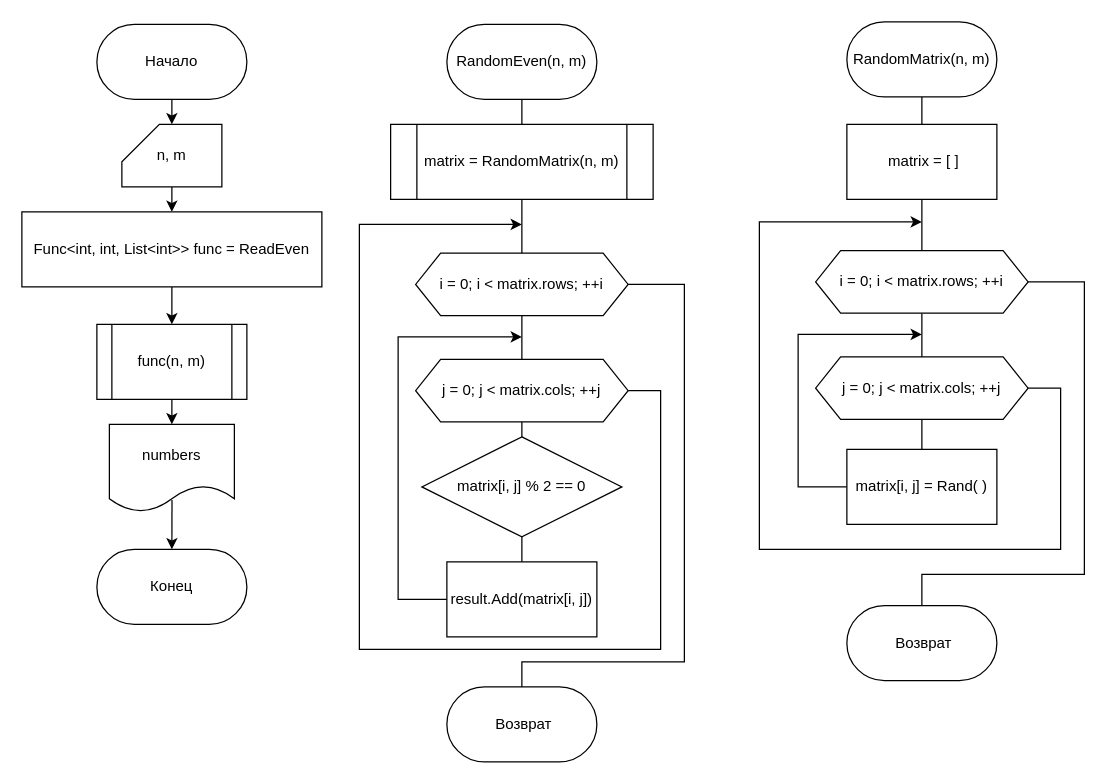
The draw.io diagram schemas/lab6.drawio in reddiridabl666/ICS6-C-Sharp, before the edit. Source tidied: cells renumbered, new cells numbered last; positions are measured from the earlier drawing's top-left corner, leaving out a move shared by most shapes. Both pictures are drawn from the tidied source at 125%, with x=0, y=0 at pixel (21, 21).
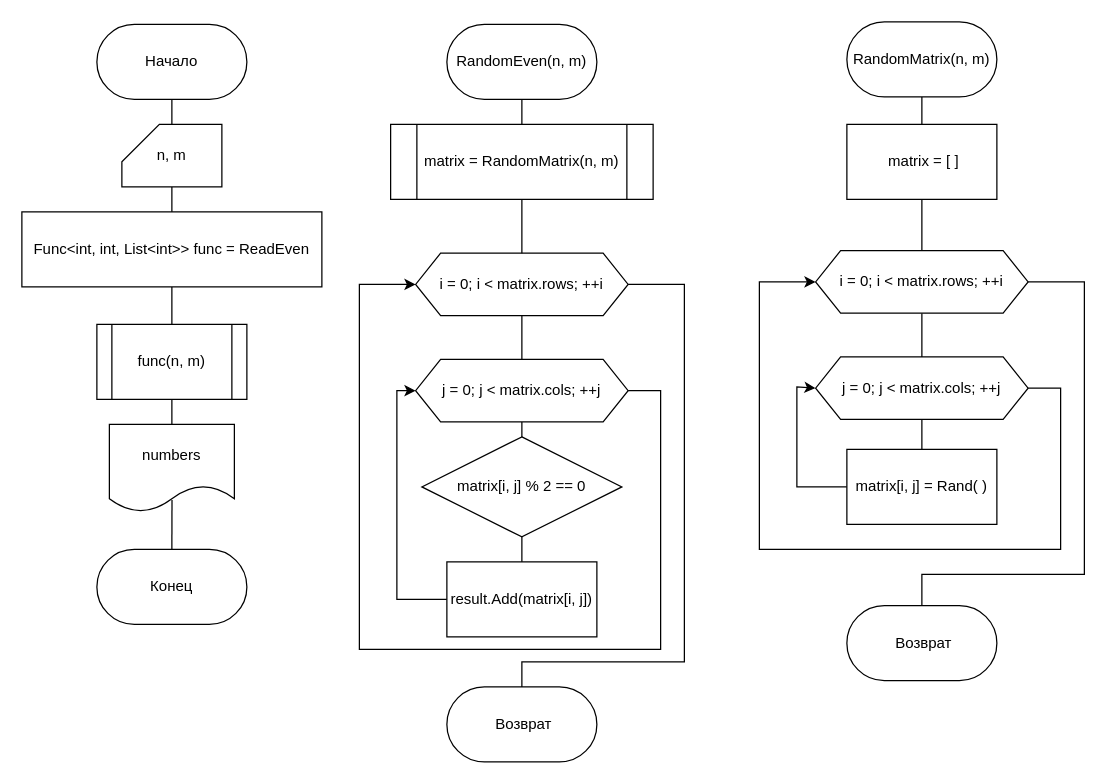
Above is the later version.

Unchanged cells that the change refers to:
```xml
<mxCell id="2" value="Начало" style="rounded=1;whiteSpace=wrap;html=1;arcSize=50;" parent="1" vertex="1">
  <mxGeometry x="60" y="2" width="120" height="60" as="geometry" />
</mxCell>
<mxCell id="3" value="Конец" style="rounded=1;whiteSpace=wrap;html=1;arcSize=50;" parent="1" vertex="1">
  <mxGeometry x="60" y="422" width="120" height="60" as="geometry" />
</mxCell>
<mxCell id="5" value="n, m" style="shape=card;whiteSpace=wrap;html=1;" parent="1" vertex="1">
  <mxGeometry x="80" y="82" width="80" height="50" as="geometry" />
</mxCell>
<mxCell id="7" value="numbers" style="shape=document;whiteSpace=wrap;html=1;boundedLbl=1;" parent="1" vertex="1">
  <mxGeometry x="70" y="322" width="100" height="70" as="geometry" />
</mxCell>
<mxCell id="9" value="Func&amp;lt;int, int, List&amp;lt;int&amp;gt;&amp;gt; func = ReadEven" style="rounded=0;whiteSpace=wrap;html=1;" parent="1" vertex="1">
  <mxGeometry y="152" width="240" height="60" as="geometry" />
</mxCell>
<mxCell id="11" value="func(n, m)" style="shape=process;whiteSpace=wrap;html=1;backgroundOutline=1;" parent="1" vertex="1">
  <mxGeometry x="60" y="242" width="120" height="60" as="geometry" />
</mxCell>
<mxCell id="14" value="i = 0; i &amp;lt; matrix.rows; ++i" style="shape=hexagon;perimeter=hexagonPerimeter2;whiteSpace=wrap;html=1;fixedSize=1;" parent="1" vertex="1">
  <mxGeometry x="315" y="185" width="170" height="50" as="geometry" />
</mxCell>
<mxCell id="17" value="j = 0; j &amp;lt; matrix.cols; ++j" style="shape=hexagon;perimeter=hexagonPerimeter2;whiteSpace=wrap;html=1;fixedSize=1;" parent="1" vertex="1">
  <mxGeometry x="315" y="270" width="170" height="50" as="geometry" />
</mxCell>
<mxCell id="21" value="result.Add(matrix[i, j])" style="rounded=0;whiteSpace=wrap;html=1;" parent="1" vertex="1">
  <mxGeometry x="340" y="432" width="120" height="60" as="geometry" />
</mxCell>
<mxCell id="30" value="i = 0; i &amp;lt; matrix.rows; ++i" style="shape=hexagon;perimeter=hexagonPerimeter2;whiteSpace=wrap;html=1;fixedSize=1;" parent="1" vertex="1">
  <mxGeometry x="635" y="183" width="170" height="50" as="geometry" />
</mxCell>
<mxCell id="33" value="j = 0; j &amp;lt; matrix.cols; ++j" style="shape=hexagon;perimeter=hexagonPerimeter2;whiteSpace=wrap;html=1;fixedSize=1;" parent="1" vertex="1">
  <mxGeometry x="635" y="268" width="170" height="50" as="geometry" />
</mxCell>
<mxCell id="35" value="matrix[i, j] = Rand( )" style="rounded=0;whiteSpace=wrap;html=1;" parent="1" vertex="1">
  <mxGeometry x="660" y="342" width="120" height="60" as="geometry" />
</mxCell>
```

Diff of the diagram source:
```diff
@@
-    <mxCell id="4" style="edgeStyle=orthogonalEdgeStyle;rounded=0;jettySize=auto;html=1;exitX=0.5;exitY=1;exitDx=0;exitDy=0;exitPerimeter=0;entryX=0.5;entryY=0;entryDx=0;entryDy=0;" parent="1" edge="1" source="5" target="9">
+    <mxCell id="4" style="edgeStyle=orthogonalEdgeStyle;rounded=0;jettySize=auto;html=1;exitX=0.5;exitY=1;exitDx=0;exitDy=0;exitPerimeter=0;entryX=0.5;entryY=0;entryDx=0;entryDy=0;endArrow=none;endFill=0;" parent="1" edge="1" source="5" target="9">
       <mxGeometry relative="1" as="geometry" />
     </mxCell>
@@
-    <mxCell id="6" style="edgeStyle=orthogonalEdgeStyle;rounded=0;jettySize=auto;html=1;entryX=0.5;entryY=0;entryDx=0;entryDy=0;exitX=0.501;exitY=0.863;exitDx=0;exitDy=0;exitPerimeter=0;" parent="1" edge="1" source="7" target="3">
+    <mxCell id="6" style="edgeStyle=orthogonalEdgeStyle;rounded=0;jettySize=auto;html=1;entryX=0.5;entryY=0;entryDx=0;entryDy=0;exitX=0.501;exitY=0.863;exitDx=0;exitDy=0;exitPerimeter=0;endArrow=none;endFill=0;" parent="1" edge="1" source="7" target="3">
       <mxGeometry relative="1" as="geometry" />
     </mxCell>
@@
-    <mxCell id="8" style="edgeStyle=orthogonalEdgeStyle;rounded=0;jettySize=auto;html=1;exitX=0.5;exitY=1;exitDx=0;exitDy=0;entryX=0.5;entryY=0;entryDx=0;entryDy=0;" parent="1" edge="1" source="9" target="11">
+    <mxCell id="8" style="edgeStyle=orthogonalEdgeStyle;rounded=0;jettySize=auto;html=1;exitX=0.5;exitY=1;exitDx=0;exitDy=0;entryX=0.5;entryY=0;entryDx=0;entryDy=0;endArrow=none;endFill=0;" parent="1" edge="1" source="9" target="11">
       <mxGeometry relative="1" as="geometry" />
     </mxCell>
@@
-    <mxCell id="10" style="edgeStyle=orthogonalEdgeStyle;rounded=0;jettySize=auto;html=1;exitX=0.5;exitY=1;exitDx=0;exitDy=0;entryX=0.5;entryY=0;entryDx=0;entryDy=0;" parent="1" edge="1" source="11" target="7">
+    <mxCell id="10" style="edgeStyle=orthogonalEdgeStyle;rounded=0;jettySize=auto;html=1;exitX=0.5;exitY=1;exitDx=0;exitDy=0;entryX=0.5;entryY=0;entryDx=0;entryDy=0;endArrow=none;endFill=0;" parent="1" edge="1" source="11" target="7">
       <mxGeometry relative="1" as="geometry" />
     </mxCell>
@@
-    <mxCell id="16" style="edgeStyle=orthogonalEdgeStyle;rounded=0;jettySize=auto;html=1;exitX=1;exitY=0.5;exitDx=0;exitDy=0;" parent="1" edge="1" source="17">
+    <mxCell id="16" style="edgeStyle=orthogonalEdgeStyle;rounded=0;jettySize=auto;html=1;exitX=1;exitY=0.5;exitDx=0;exitDy=0;entryX=0;entryY=0.5;entryDx=0;entryDy=0;" parent="1" edge="1" source="17" target="14">
       <mxGeometry relative="1" as="geometry">
-        <mxPoint x="400" y="162" as="targetPoint" />
         <Array as="points">
           <mxPoint x="511" y="295" />
           <mxPoint x="511" y="502" />
           <mxPoint x="270" y="502" />
-          <mxPoint x="270" y="162" />
+          <mxPoint x="270" y="210" />
         </Array>
       </mxGeometry>
     </mxCell>
@@
-    <mxCell id="20" style="edgeStyle=orthogonalEdgeStyle;rounded=0;jettySize=auto;html=1;exitX=0;exitY=0.5;exitDx=0;exitDy=0;" parent="1" edge="1" source="21">
+    <mxCell id="20" style="edgeStyle=orthogonalEdgeStyle;rounded=0;jettySize=auto;html=1;exitX=0;exitY=0.5;exitDx=0;exitDy=0;entryX=0;entryY=0.5;entryDx=0;entryDy=0;" parent="1" edge="1" source="21" target="17">
       <mxGeometry relative="1" as="geometry">
-        <mxPoint x="400" y="252" as="targetPoint" />
         <Array as="points">
-          <mxPoint x="301" y="462" />
-          <mxPoint x="301" y="252" />
+          <mxPoint x="300" y="462" />
+          <mxPoint x="300" y="295" />
         </Array>
       </mxGeometry>
     </mxCell>
@@
-    <mxCell id="27" style="edgeStyle=orthogonalEdgeStyle;rounded=0;jettySize=auto;html=1;exitX=0.5;exitY=1;exitDx=0;exitDy=0;entryX=0.5;entryY=0;entryDx=0;entryDy=0;entryPerimeter=0;" parent="1" edge="1" source="2" target="5">
+    <mxCell id="27" style="edgeStyle=orthogonalEdgeStyle;rounded=0;jettySize=auto;html=1;exitX=0.5;exitY=1;exitDx=0;exitDy=0;entryX=0.5;entryY=0;entryDx=0;entryDy=0;entryPerimeter=0;endArrow=none;endFill=0;" parent="1" edge="1" source="2" target="5">
       <mxGeometry relative="1" as="geometry" />
     </mxCell>
@@
-    <mxCell id="31" style="edgeStyle=orthogonalEdgeStyle;rounded=0;jettySize=auto;html=1;exitX=1;exitY=0.5;exitDx=0;exitDy=0;" parent="1" edge="1" source="33">
+    <mxCell id="31" style="edgeStyle=orthogonalEdgeStyle;rounded=0;jettySize=auto;html=1;exitX=1;exitY=0.5;exitDx=0;exitDy=0;entryX=0;entryY=0.5;entryDx=0;entryDy=0;" parent="1" edge="1" source="33" target="30">
       <mxGeometry relative="1" as="geometry">
-        <mxPoint x="720" y="160" as="targetPoint" />
         <Array as="points">
           <mxPoint x="831" y="293" />
           <mxPoint x="831" y="422" />
           <mxPoint x="590" y="422" />
-          <mxPoint x="590" y="160" />
+          <mxPoint x="590" y="208" />
         </Array>
       </mxGeometry>
     </mxCell>
@@
-    <mxCell id="34" style="edgeStyle=orthogonalEdgeStyle;rounded=0;jettySize=auto;html=1;exitX=0;exitY=0.5;exitDx=0;exitDy=0;" parent="1" edge="1" source="35">
+    <mxCell id="34" style="edgeStyle=orthogonalEdgeStyle;rounded=0;jettySize=auto;html=1;exitX=0;exitY=0.5;exitDx=0;exitDy=0;entryX=0;entryY=0.5;entryDx=0;entryDy=0;" parent="1" edge="1" source="35" target="33">
       <mxGeometry relative="1" as="geometry">
-        <mxPoint x="720" y="250" as="targetPoint" />
         <Array as="points">
-          <mxPoint x="621" y="372" />
-          <mxPoint x="621" y="250" />
+          <mxPoint x="620" y="372" />
+          <mxPoint x="620" y="292" />
         </Array>
       </mxGeometry>
     </mxCell>
```
